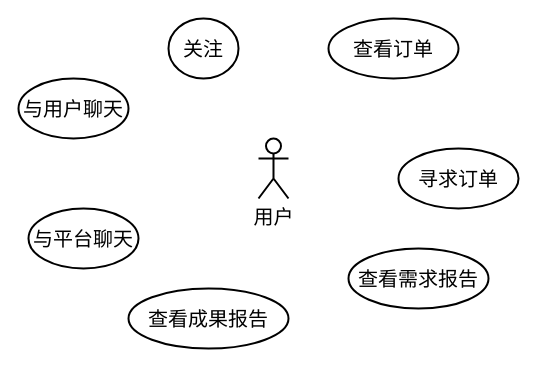
Above: 2024-BUAA-SE/需求规格书/用户交互模块-用例图.drawio in jongsh/drawio (draw.io), before the change. Source tidied: cells renumbered, new cells numbered last; positions are measured from the earlier drawing's top-left corner, leaving out a move shared by most shapes. Both pictures are drawn from the tidied source at 100%, with x=0, y=0 at pixel (18, 18).
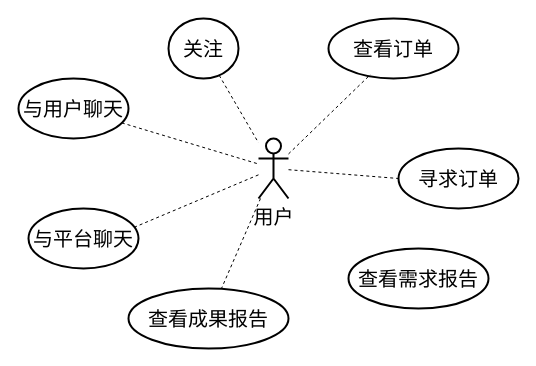
The same diagram, later.

Commit message (it also covers changes not shown here):
更新用户交互模块-用例图.drawio

What changed in the source:
```diff
@@
 <mxGraphModel>
   <root>
     <mxCell id="0" />
     <mxCell id="1" parent="0" />
     <mxCell id="2" value="用户" style="shape=umlActor;verticalLabelPosition=bottom;verticalAlign=top;html=1;outlineConnect=0;strokeWidth=2;fontSize=20;" parent="1" vertex="1">
       <mxGeometry x="240" y="120" width="30" height="60" as="geometry" />
     </mxCell>
     <mxCell id="3" value="查看订单" style="ellipse;whiteSpace=wrap;html=1;strokeWidth=2;fontSize=20;" parent="1" vertex="1">
       <mxGeometry x="310" width="130" height="60" as="geometry" />
     </mxCell>
     <mxCell id="4" value="寻求订单" style="ellipse;whiteSpace=wrap;html=1;strokeWidth=2;fontSize=20;" parent="1" vertex="1">
       <mxGeometry x="380" y="130" width="120" height="60" as="geometry" />
     </mxCell>
     <mxCell id="5" value="查看需求报告" style="ellipse;whiteSpace=wrap;html=1;strokeWidth=2;fontSize=20;" parent="1" vertex="1">
       <mxGeometry x="330" y="230" width="140" height="60" as="geometry" />
     </mxCell>
     <mxCell id="6" value="查看成果&lt;span style=&quot;background-color: initial; font-size: 20px;&quot;&gt;报告&lt;/span&gt;" style="ellipse;whiteSpace=wrap;html=1;strokeWidth=2;fontSize=20;" parent="1" vertex="1">
       <mxGeometry x="110" y="270" width="160" height="60" as="geometry" />
     </mxCell>
     <mxCell id="7" value="与平台聊天" style="ellipse;whiteSpace=wrap;html=1;strokeWidth=2;fontSize=20;" parent="1" vertex="1">
       <mxGeometry x="10" y="190" width="110" height="60" as="geometry" />
     </mxCell>
     <mxCell id="8" value="与用户&lt;span style=&quot;background-color: initial; font-size: 20px;&quot;&gt;聊天&lt;/span&gt;" style="ellipse;whiteSpace=wrap;html=1;strokeWidth=2;fontSize=20;" parent="1" vertex="1">
       <mxGeometry y="60" width="110" height="60" as="geometry" />
     </mxCell>
     <mxCell id="9" value="关注" style="ellipse;whiteSpace=wrap;html=1;strokeWidth=2;fontSize=20;" parent="1" vertex="1">
       <mxGeometry x="150" width="70" height="60" as="geometry" />
     </mxCell>
+    <mxCell id="10" style="endArrow=none;dashed=1;html=1;rounded=0;" parent="1" edge="1" source="9" target="2">
+      <mxGeometry relative="1" as="geometry" />
+    </mxCell>
+    <mxCell id="11" style="endArrow=none;dashed=1;html=1;rounded=0;" parent="1" edge="1" source="8" target="2">
+      <mxGeometry relative="1" as="geometry" />
+    </mxCell>
+    <mxCell id="12" style="endArrow=none;dashed=1;html=1;rounded=0;entryX=0.964;entryY=0.311;entryDx=0;entryDy=0;entryPerimeter=0;" parent="1" edge="1" source="2" target="7">
+      <mxGeometry relative="1" as="geometry" />
+    </mxCell>
+    <mxCell id="13" style="endArrow=none;dashed=1;html=1;rounded=0;entryX=0.323;entryY=0.933;entryDx=0;entryDy=0;entryPerimeter=0;" parent="1" edge="1" source="2" target="3">
+      <mxGeometry relative="1" as="geometry" />
+    </mxCell>
+    <mxCell id="14" style="endArrow=none;dashed=1;html=1;rounded=0;entryX=0;entryY=0.5;entryDx=0;entryDy=0;" parent="1" edge="1" source="2" target="4">
+      <mxGeometry relative="1" as="geometry" />
+    </mxCell>
+    <mxCell id="15" style="endArrow=none;dashed=1;html=1;rounded=0;" parent="1" edge="1" source="2" target="6">
+      <mxGeometry relative="1" as="geometry" />
+    </mxCell>
   </root>
 </mxGraphModel>
```
